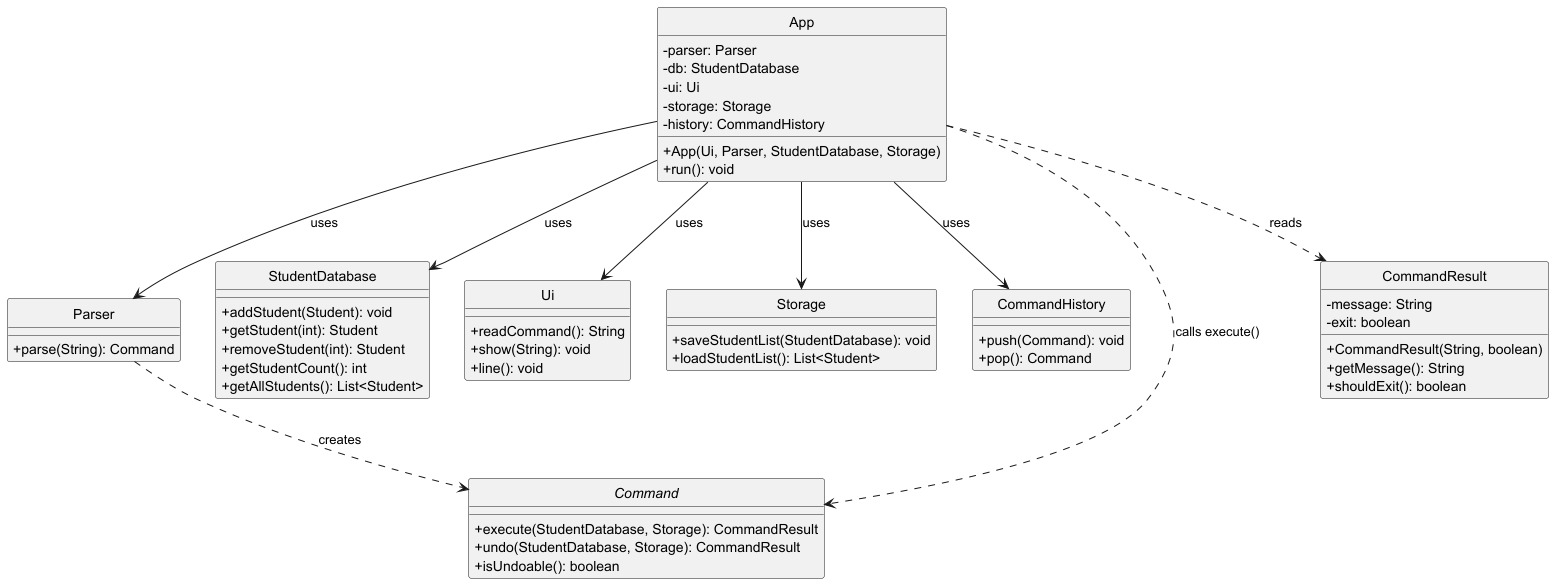
The PlantUML diagram docs/images/AppClassDiagram.png in AgaraNUS/tp, before a commit. Its diagram source:
```plantuml
@startuml AppClassDiagram
skinparam classAttributeIconSize 0
skinparam style strictuml

class App {
    -parser: Parser
    -db: StudentDatabase
    -ui: Ui
    -storage: Storage
    -history: CommandHistory
    +App(Ui, Parser, StudentDatabase, Storage)
    +run(): void
}

class Parser {
    +parse(String): Command
}

class StudentDatabase {
    +addStudent(Student): void
    +getStudent(int): Student
    +removeStudent(int): Student
    +getStudentCount(): int
    +getAllStudents(): List<Student>
}

class Ui {
    +readCommand(): String
    +show(String): void
    +line(): void
}

class Storage {
    +saveStudentList(StudentDatabase): void
    +loadStudentList(): List<Student>
}

class CommandHistory {
    +push(Command): void
    +pop(): Command
}

interface Command {
    +execute(StudentDatabase, Storage): CommandResult
    +undo(StudentDatabase, Storage): CommandResult
    +isUndoable(): boolean
}

class CommandResult {
    -message: String
    -exit: boolean
    +CommandResult(String, boolean)
    +getMessage(): String
    +shouldExit(): boolean
}

App --> Parser : uses
App --> StudentDatabase : uses
App --> Ui : uses
App --> Storage : uses
App --> CommandHistory : uses
App ..> Command : calls execute()
App ..> CommandResult : reads
Parser ..> Command : creates
@enduml
```
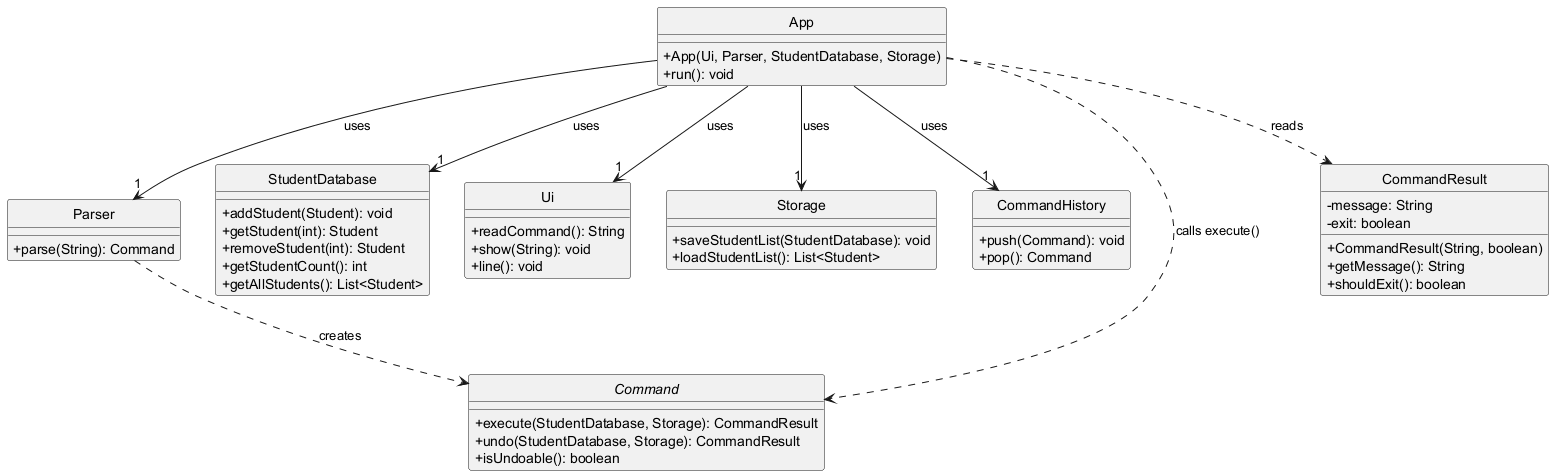
Above is the later version.

What changed in the source:
```diff
@@ -3,11 +3,6 @@
 skinparam style strictuml
 
 class App {
-    -parser: Parser
-    -db: StudentDatabase
-    -ui: Ui
-    -storage: Storage
-    -history: CommandHistory
     +App(Ui, Parser, StudentDatabase, Storage)
     +run(): void
 }
@@ -54,11 +49,11 @@
     +shouldExit(): boolean
 }
 
-App --> Parser : uses
-App --> StudentDatabase : uses
-App --> Ui : uses
-App --> Storage : uses
-App --> CommandHistory : uses
+App --> "1" Parser : uses
+App --> "1" StudentDatabase : uses
+App --> "1" Ui : uses
+App --> "1" Storage : uses
+App --> "1" CommandHistory : uses
 App ..> Command : calls execute()
 App ..> CommandResult : reads
 Parser ..> Command : creates
```
